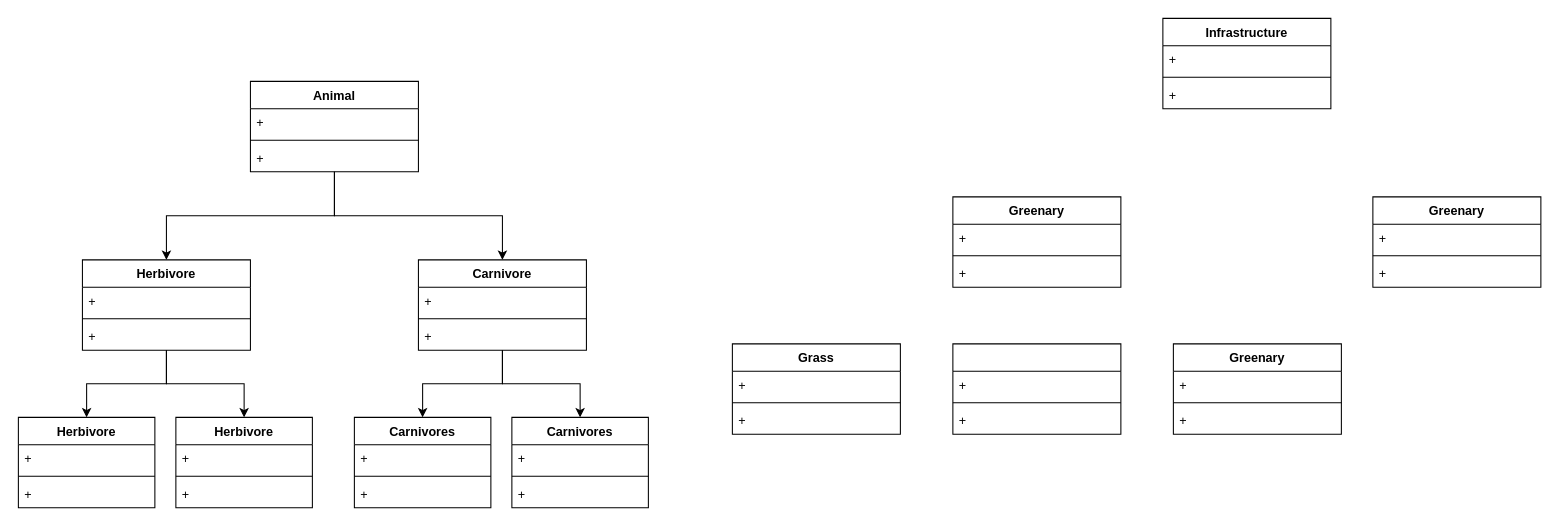
summertx/uml keeps this draw.io diagram as soft tech uml Diagram.drawio. Above is the earlier version. Source tidied: cells renumbered, new cells numbered last; positions are measured from the earlier drawing's top-left corner, leaving out a move shared by most shapes. Both pictures are drawn from the tidied source at 105%, with x=0, y=0 at pixel (18, 18).
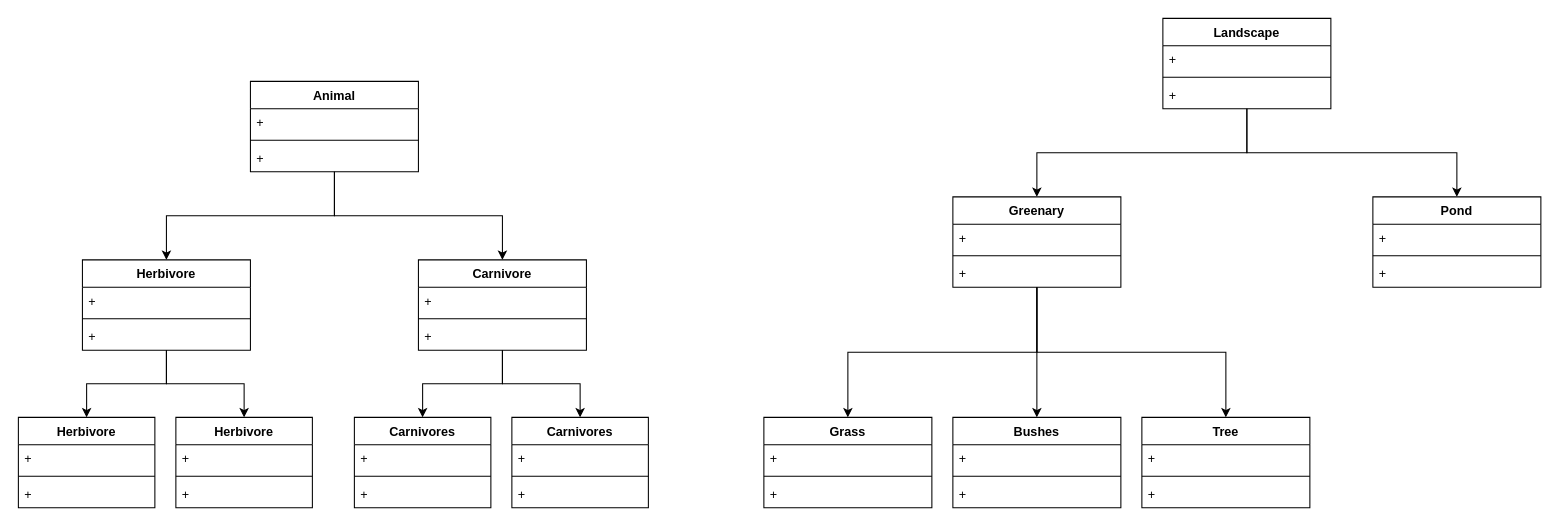
After the change.

The change refers to these unchanged cells:
```xml
<mxCell id="40" value="Greenary" style="swimlane;fontStyle=1;align=center;verticalAlign=top;horizontal=1;startSize=26;whiteSpace=wrap;html=1;" parent="1" vertex="1">
  <mxGeometry x="890" y="170" width="160" height="86" as="geometry" />
</mxCell>
```

What changed in the source:
```diff
@@
+    <mxCell id="60" style="edgeStyle=orthogonalEdgeStyle;rounded=0;jettySize=auto;html=1;exitX=0.5;exitY=1;exitDx=0;exitDy=0;entryX=0.5;entryY=0;entryDx=0;entryDy=0;" parent="1" edge="1" source="36" target="40">
+      <mxGeometry relative="1" as="geometry" />
+    </mxCell>
+    <mxCell id="61" style="edgeStyle=orthogonalEdgeStyle;rounded=0;jettySize=auto;html=1;exitX=0.5;exitY=1;exitDx=0;exitDy=0;entryX=0.5;entryY=0;entryDx=0;entryDy=0;" parent="1" edge="1" source="36" target="52">
+      <mxGeometry relative="1" as="geometry" />
+    </mxCell>
-    <mxCell id="36" value="Infrastructure" style="swimlane;fontStyle=1;align=center;verticalAlign=top;horizontal=1;startSize=26;whiteSpace=wrap;html=1;" parent="1" vertex="1">
+    <mxCell id="36" value="Landscape" style="swimlane;fontStyle=1;align=center;verticalAlign=top;horizontal=1;startSize=26;whiteSpace=wrap;html=1;" parent="1" vertex="1">
       <mxGeometry x="1090" width="160" height="86" as="geometry" />
     </mxCell>
@@
+    <mxCell id="62" style="edgeStyle=orthogonalEdgeStyle;rounded=0;jettySize=auto;html=1;entryX=0.5;entryY=0;entryDx=0;entryDy=0;" parent="1" edge="1" source="40" target="56">
+      <mxGeometry relative="1" as="geometry" />
+    </mxCell>
+    <mxCell id="63" style="edgeStyle=orthogonalEdgeStyle;rounded=0;jettySize=auto;html=1;exitX=0.5;exitY=1;exitDx=0;exitDy=0;entryX=0.5;entryY=0;entryDx=0;entryDy=0;" parent="1" edge="1" source="40" target="44">
+      <mxGeometry relative="1" as="geometry" />
+    </mxCell>
+    <mxCell id="64" style="edgeStyle=orthogonalEdgeStyle;rounded=0;jettySize=auto;html=1;exitX=0.5;exitY=1;exitDx=0;exitDy=0;entryX=0.5;entryY=0;entryDx=0;entryDy=0;" parent="1" edge="1" source="40" target="48">
+      <mxGeometry relative="1" as="geometry" />
+    </mxCell>
@@
     <mxCell id="44" value="Grass" style="swimlane;fontStyle=1;align=center;verticalAlign=top;horizontal=1;startSize=26;whiteSpace=wrap;html=1;" parent="1" vertex="1">
-      <mxGeometry x="680" y="310" width="160" height="86" as="geometry" />
+      <mxGeometry x="710" y="380" width="160" height="86" as="geometry" />
     </mxCell>
@@
-    <mxCell id="48" value="Greenary" style="swimlane;fontStyle=1;align=center;verticalAlign=top;horizontal=1;startSize=26;whiteSpace=wrap;html=1;" parent="1" vertex="1">
-      <mxGeometry x="1100" y="310" width="160" height="86" as="geometry" />
+    <mxCell id="48" value="Tree" style="swimlane;fontStyle=1;align=center;verticalAlign=top;horizontal=1;startSize=26;whiteSpace=wrap;html=1;" parent="1" vertex="1">
+      <mxGeometry x="1070" y="380" width="160" height="86" as="geometry" />
     </mxCell>
@@
-    <mxCell id="52" value="Greenary" style="swimlane;fontStyle=1;align=center;verticalAlign=top;horizontal=1;startSize=26;whiteSpace=wrap;html=1;" parent="1" vertex="1">
+    <mxCell id="52" value="Pond" style="swimlane;fontStyle=1;align=center;verticalAlign=top;horizontal=1;startSize=26;whiteSpace=wrap;html=1;" parent="1" vertex="1">
       <mxGeometry x="1290" y="170" width="160" height="86" as="geometry" />
     </mxCell>
@@
-    <mxCell id="56" style="swimlane;fontStyle=1;align=center;verticalAlign=top;horizontal=1;startSize=26;whiteSpace=wrap;html=1;" parent="1" vertex="1">
-      <mxGeometry x="890" y="310" width="160" height="86" as="geometry" />
+    <mxCell id="56" value="Bushes" style="swimlane;fontStyle=1;align=center;verticalAlign=top;horizontal=1;startSize=26;whiteSpace=wrap;html=1;" parent="1" vertex="1">
+      <mxGeometry x="890" y="380" width="160" height="86" as="geometry" />
     </mxCell>
```
